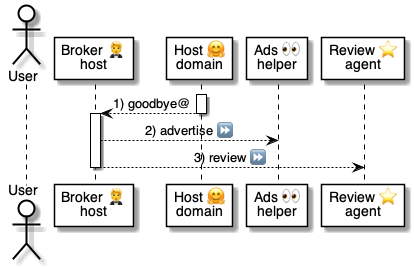
The PlantUML diagram 5 ⏩ Flows/03 🤗⏩ Hosts/.📎 Assets/26 ⚙️👋 Goodbye.png in pollyweb-org/pollyweb-docs, before a commit. Its source is kept beside it as 5 ⏩ Flows/03 🤗⏩ Hosts/.📎 Assets/26 ⚙️👋 Goodbye.puml.
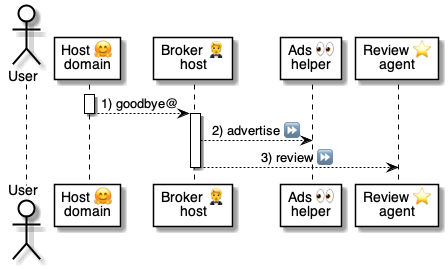
The same file after the commit.

The edit, as a diff of the source:
```diff
@@ -1,8 +1,8 @@
 @startuml Goodbye
 
 actor "User" as user
+participant "Host 🤗\ndomain" as host
 participant "Broker 🤵\nhost" as broker
-participant "Host 🤗\ndomain" as host
 participant "Ads 👀\nhelper" as ads
 participant "Review ⭐\nagent" as reviewer
 
```
